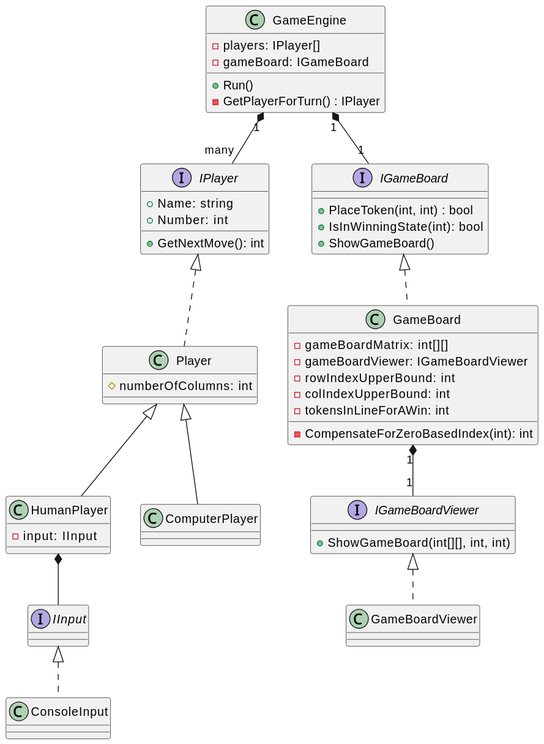
Above: out/umldiagram/ConnectFour.svg in Lee245/ConnectFour (PlantUML), before the change. Source of this version:
```plantuml
@startuml
class GameEngine {
    -players: IPlayer[]
    -gameBoard: IGameBoard
    +Run()
    -GetPlayerForTurn() : IPlayer
}

interface IPlayer {
    +Name: string
    +Number: int
    +GetNextMove(): int
}
class Player {
    #numberOfColumns: int
}
class HumanPlayer {
    -input: IInput
}
class ComputerPlayer
interface IInput
class ConsoleInput

interface IGameBoard {
    +PlaceToken(int, int) : bool
    +IsInWinningState(int): bool
    +ShowGameBoard()
}

class GameBoard {
    -gameBoardMatrix: int[][]
    -gameBoardViewer: IGameBoardViewer
    -rowIndexUpperBound: int
    -colIndexUpperBound: int
    -tokensInLineForAWin: int
    -CompensateForZeroBasedIndex(int): int
}

interface IGameBoardViewer {
    +ShowGameBoard(int[][], int, int)
}

class GameBoardViewer {
}

GameEngine "1" *-- "many" IPlayer

IPlayer <|.. Player

Player <|-- HumanPlayer
Player <|-- ComputerPlayer

HumanPlayer *-- IInput
IInput <|.. ConsoleInput

GameEngine "1" *-- "1" IGameBoard
IGameBoard <|.. GameBoard

GameBoard "1" *-- "1" IGameBoardViewer
IGameBoardViewer <|.. GameBoardViewer
@enduml
```
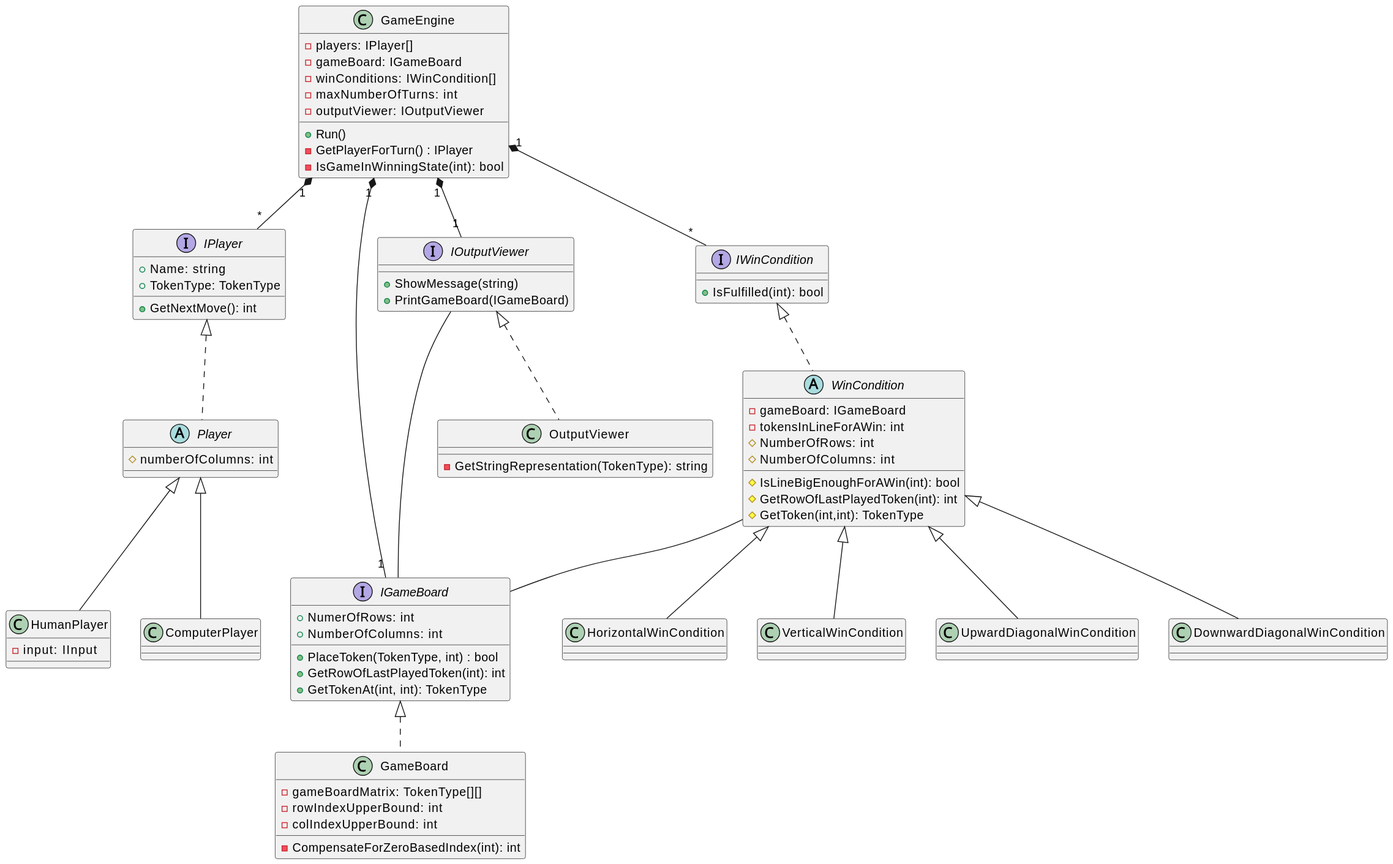
Above is the later version.

What changed in the source:
```diff
@@ -2,60 +2,90 @@
 class GameEngine {
     -players: IPlayer[]
     -gameBoard: IGameBoard
+    -winConditions: IWinCondition[]
+    -maxNumberOfTurns: int
+    -outputViewer: IOutputViewer
     +Run()
     -GetPlayerForTurn() : IPlayer
+    -IsGameInWinningState(int): bool
 }
 
 interface IPlayer {
     +Name: string
-    +Number: int
+    +TokenType: TokenType
     +GetNextMove(): int
 }
-class Player {
+abstract Player {
     #numberOfColumns: int
 }
 class HumanPlayer {
     -input: IInput
 }
 class ComputerPlayer
-interface IInput
-class ConsoleInput
 
 interface IGameBoard {
-    +PlaceToken(int, int) : bool
-    +IsInWinningState(int): bool
-    +ShowGameBoard()
+    +NumerOfRows: int
+    +NumberOfColumns: int
+    +PlaceToken(TokenType, int) : bool
+    +GetRowOfLastPlayedToken(int): int
+    +GetTokenAt(int, int): TokenType
 }
 
 class GameBoard {
-    -gameBoardMatrix: int[][]
-    -gameBoardViewer: IGameBoardViewer
+    -gameBoardMatrix: TokenType[][]
     -rowIndexUpperBound: int
     -colIndexUpperBound: int
-    -tokensInLineForAWin: int
     -CompensateForZeroBasedIndex(int): int
 }
 
-interface IGameBoardViewer {
-    +ShowGameBoard(int[][], int, int)
+interface IOutputViewer {
+    +ShowMessage(string)
+    +PrintGameBoard(IGameBoard)
 }
 
-class GameBoardViewer {
+class OutputViewer {
+    -GetStringRepresentation(TokenType): string
 }
 
-GameEngine "1" *-- "many" IPlayer
+interface IWinCondition {
+    +IsFulfilled(int): bool
+}
 
-IPlayer <|.. Player
+abstract WinCondition {
+    -gameBoard: IGameBoard
+    -tokensInLineForAWin: int
+    #NumberOfRows: int
+    #NumberOfColumns: int
+    #IsLineBigEnoughForAWin(int): bool
+    #GetRowOfLastPlayedToken(int): int
+    #GetToken(int,int): TokenType
+}
 
-Player <|-- HumanPlayer
-Player <|-- ComputerPlayer
+class HorizontalWinCondition
+class VerticalWinCondition
+class UpwardDiagonalWinCondition
+class DownwardDiagonalWinCondition
 
-HumanPlayer *-- IInput
-IInput <|.. ConsoleInput
+
+GameEngine "1" *-- "*" IPlayer
+GameEngine "1" *-- "*" IWinCondition
+GameEngine "1" *-- "1" IOutputViewer
 
 GameEngine "1" *-- "1" IGameBoard
 IGameBoard <|.. GameBoard
 
-GameBoard "1" *-- "1" IGameBoardViewer
-IGameBoardViewer <|.. GameBoardViewer
+IWinCondition <|.. WinCondition
+WinCondition <|-- HorizontalWinCondition
+WinCondition <|-- VerticalWinCondition
+WinCondition <|-- UpwardDiagonalWinCondition
+WinCondition <|-- DownwardDiagonalWinCondition
+
+WinCondition -- IGameBoard
+
+IOutputViewer <|.. OutputViewer
+IOutputViewer -- IGameBoard
+
+IPlayer <|.. Player
+Player <|-- HumanPlayer
+Player <|-- ComputerPlayer
 @enduml
```
